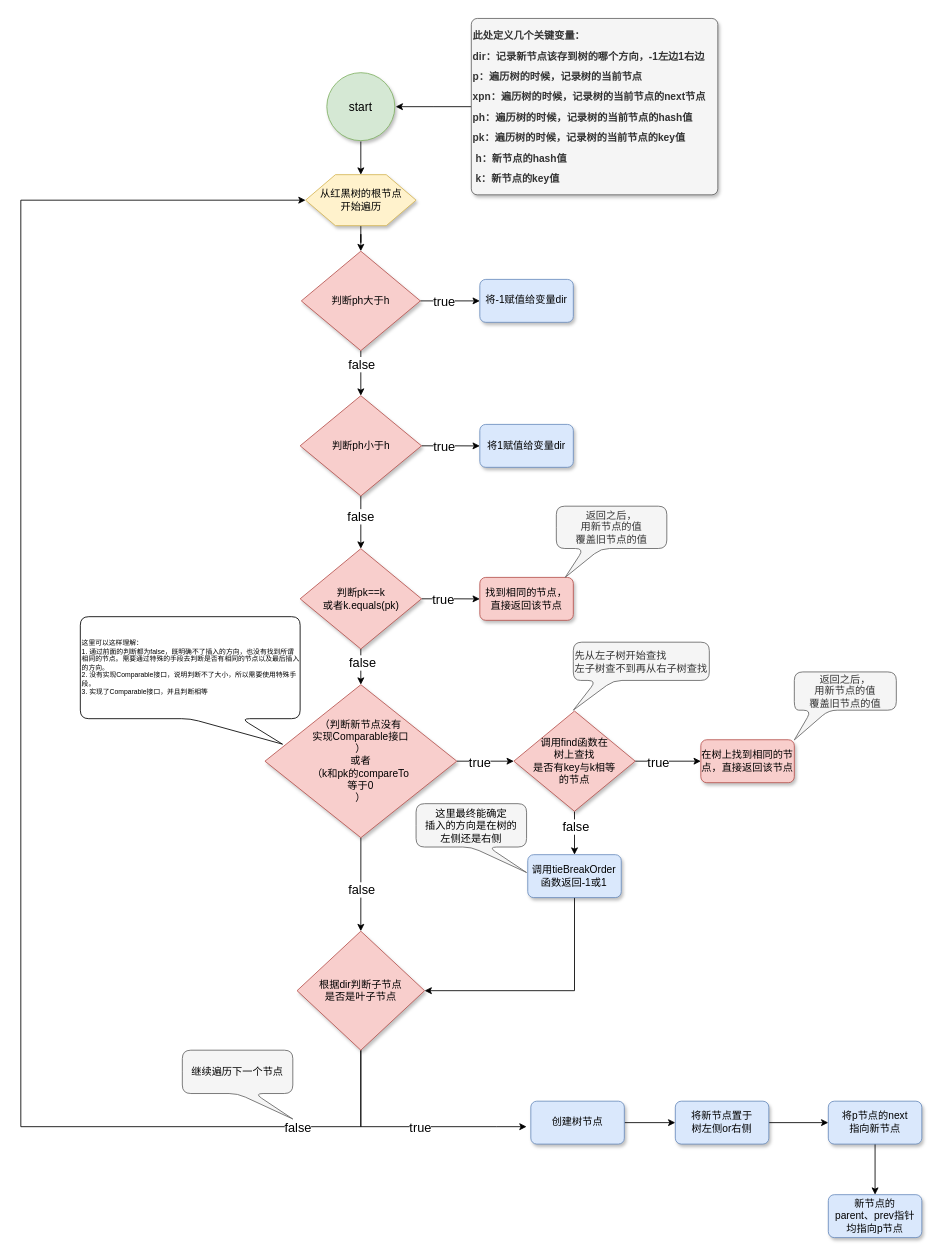
Earlier version of the draw.io diagram page "第 1 页" (1 of 2) of typora/JavaSE/6 集合/drawio/HashMap/红黑树的方式插入链表.drawio (LDChing0321/JavaLearn). Source tidied: cells renumbered, new cells numbered last; positions are measured from the earlier drawing's top-left corner, leaving out a move shared by most shapes. Both pictures are drawn from the tidied source at 85%, with x=0, y=0 at pixel (20, 18).
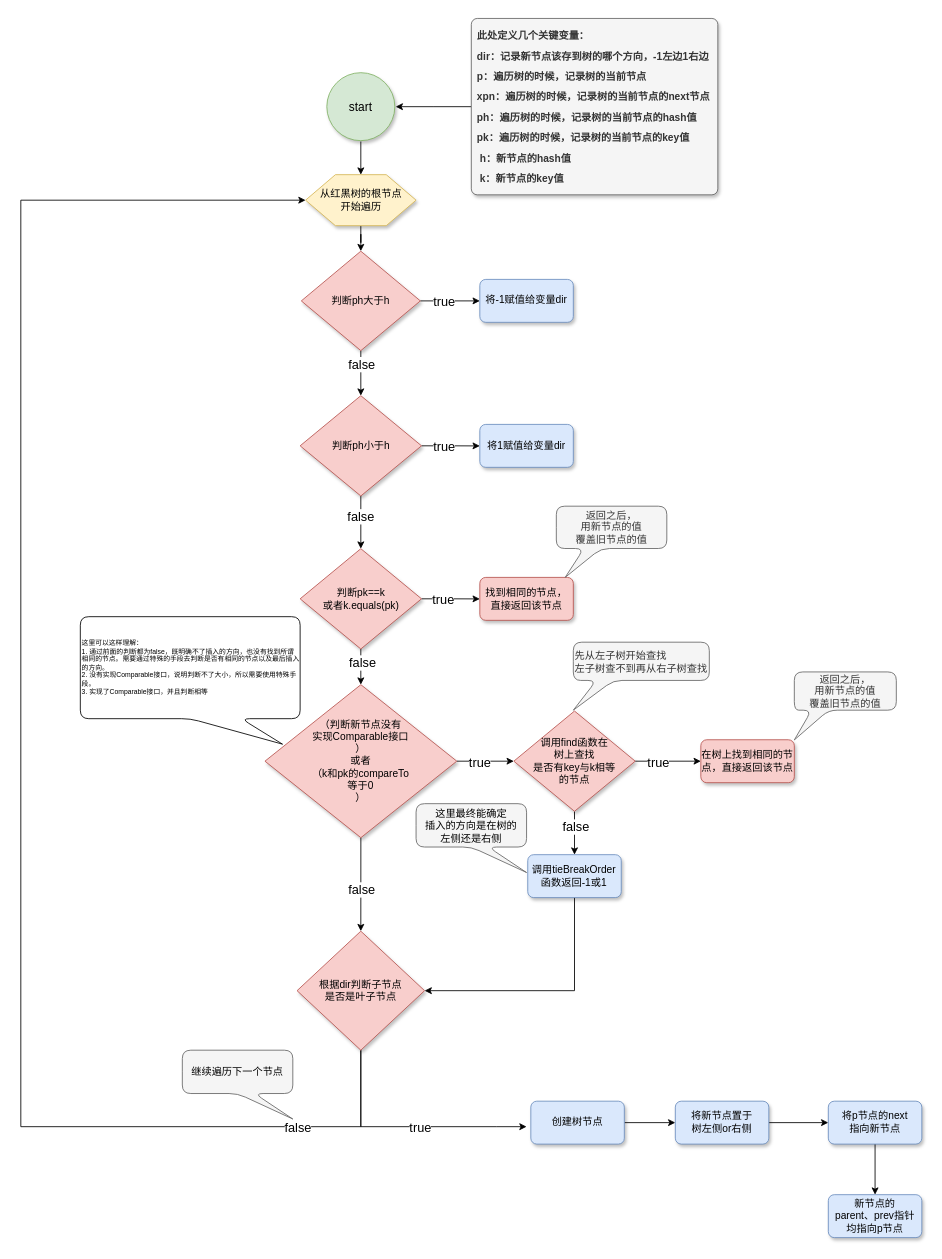
The same page after the edit.

Commit message:
更新红黑树的方式插入链表.drawio

The edit, as a diff of the source:
```diff
@@
-    <mxCell id="17" value="&lt;b style=&quot;line-height: 2&quot;&gt;&lt;span style=&quot;&quot;&gt; &lt;/span&gt;此处定义几个关键变量：&lt;br&gt;&lt;span style=&quot;&quot;&gt; &lt;/span&gt;dir：记录新节点该存到树的哪个方向，-1左边1右边&lt;br&gt;&lt;span style=&quot;&quot;&gt; p：遍历树的时候，记录树的当前节点&lt;br&gt;&lt;/span&gt;&lt;b style=&quot;line-height: 2;&quot;&gt;xpn：&lt;/b&gt;&lt;b style=&quot;line-height: 2;&quot;&gt;遍历树的时候，记录树的当前节点的next节点&lt;/b&gt;&lt;span style=&quot;&quot;&gt;&lt;br&gt; &lt;/span&gt;ph：遍历树的时候，记录树的当前节点的hash值&lt;br&gt;&lt;span style=&quot;&quot;&gt; &lt;/span&gt;pk：遍历树的时候，记录树的当前节点的key值&lt;br&gt;&amp;nbsp;h：新节点的hash值&lt;br&gt;&amp;nbsp;k：新节点的key值&lt;br&gt;&lt;/b&gt;" style="rounded=1;whiteSpace=wrap;html=1;absoluteArcSize=1;arcSize=14;strokeWidth=1;fillColor=#f5f5f5;strokeColor=#666666;shadow=1;fontColor=#333333;align=left;spacingTop=0;spacingRight=3;" parent="1" vertex="1">
+    <mxCell id="17" value="&lt;b style=&quot;line-height: 2&quot;&gt;&lt;span style=&quot;&quot;&gt; &lt;/span&gt;此处定义几个关键变量：&lt;br&gt;&lt;span style=&quot;&quot;&gt; &lt;/span&gt;dir：记录新节点该存到树的哪个方向，-1左边1右边&lt;br&gt;&lt;span style=&quot;&quot;&gt; p：遍历树的时候，记录树的当前节点&lt;br&gt;&lt;/span&gt;&lt;b style=&quot;line-height: 2;&quot;&gt;xpn：&lt;/b&gt;&lt;b style=&quot;line-height: 2;&quot;&gt;遍历树的时候，记录树的当前节点的next节点&lt;/b&gt;&lt;span style=&quot;&quot;&gt;&lt;br&gt; &lt;/span&gt;ph：遍历树的时候，记录树的当前节点的hash值&lt;br&gt;&lt;span style=&quot;&quot;&gt; &lt;/span&gt;pk：遍历树的时候，记录树的当前节点的key值&lt;br&gt;&amp;nbsp;h：新节点的hash值&lt;br&gt;&amp;nbsp;k：新节点的key值&lt;br&gt;&lt;/b&gt;" style="rounded=1;whiteSpace=wrap;html=1;absoluteArcSize=1;arcSize=14;strokeWidth=1;fillColor=#f5f5f5;strokeColor=#666666;shadow=1;fontColor=#333333;align=left;spacingTop=0;spacingRight=3;spacingLeft=5;" parent="1" vertex="1">
       <mxGeometry x="530" y="0.2" width="290" height="207.5" as="geometry" />
     </mxCell>
```
